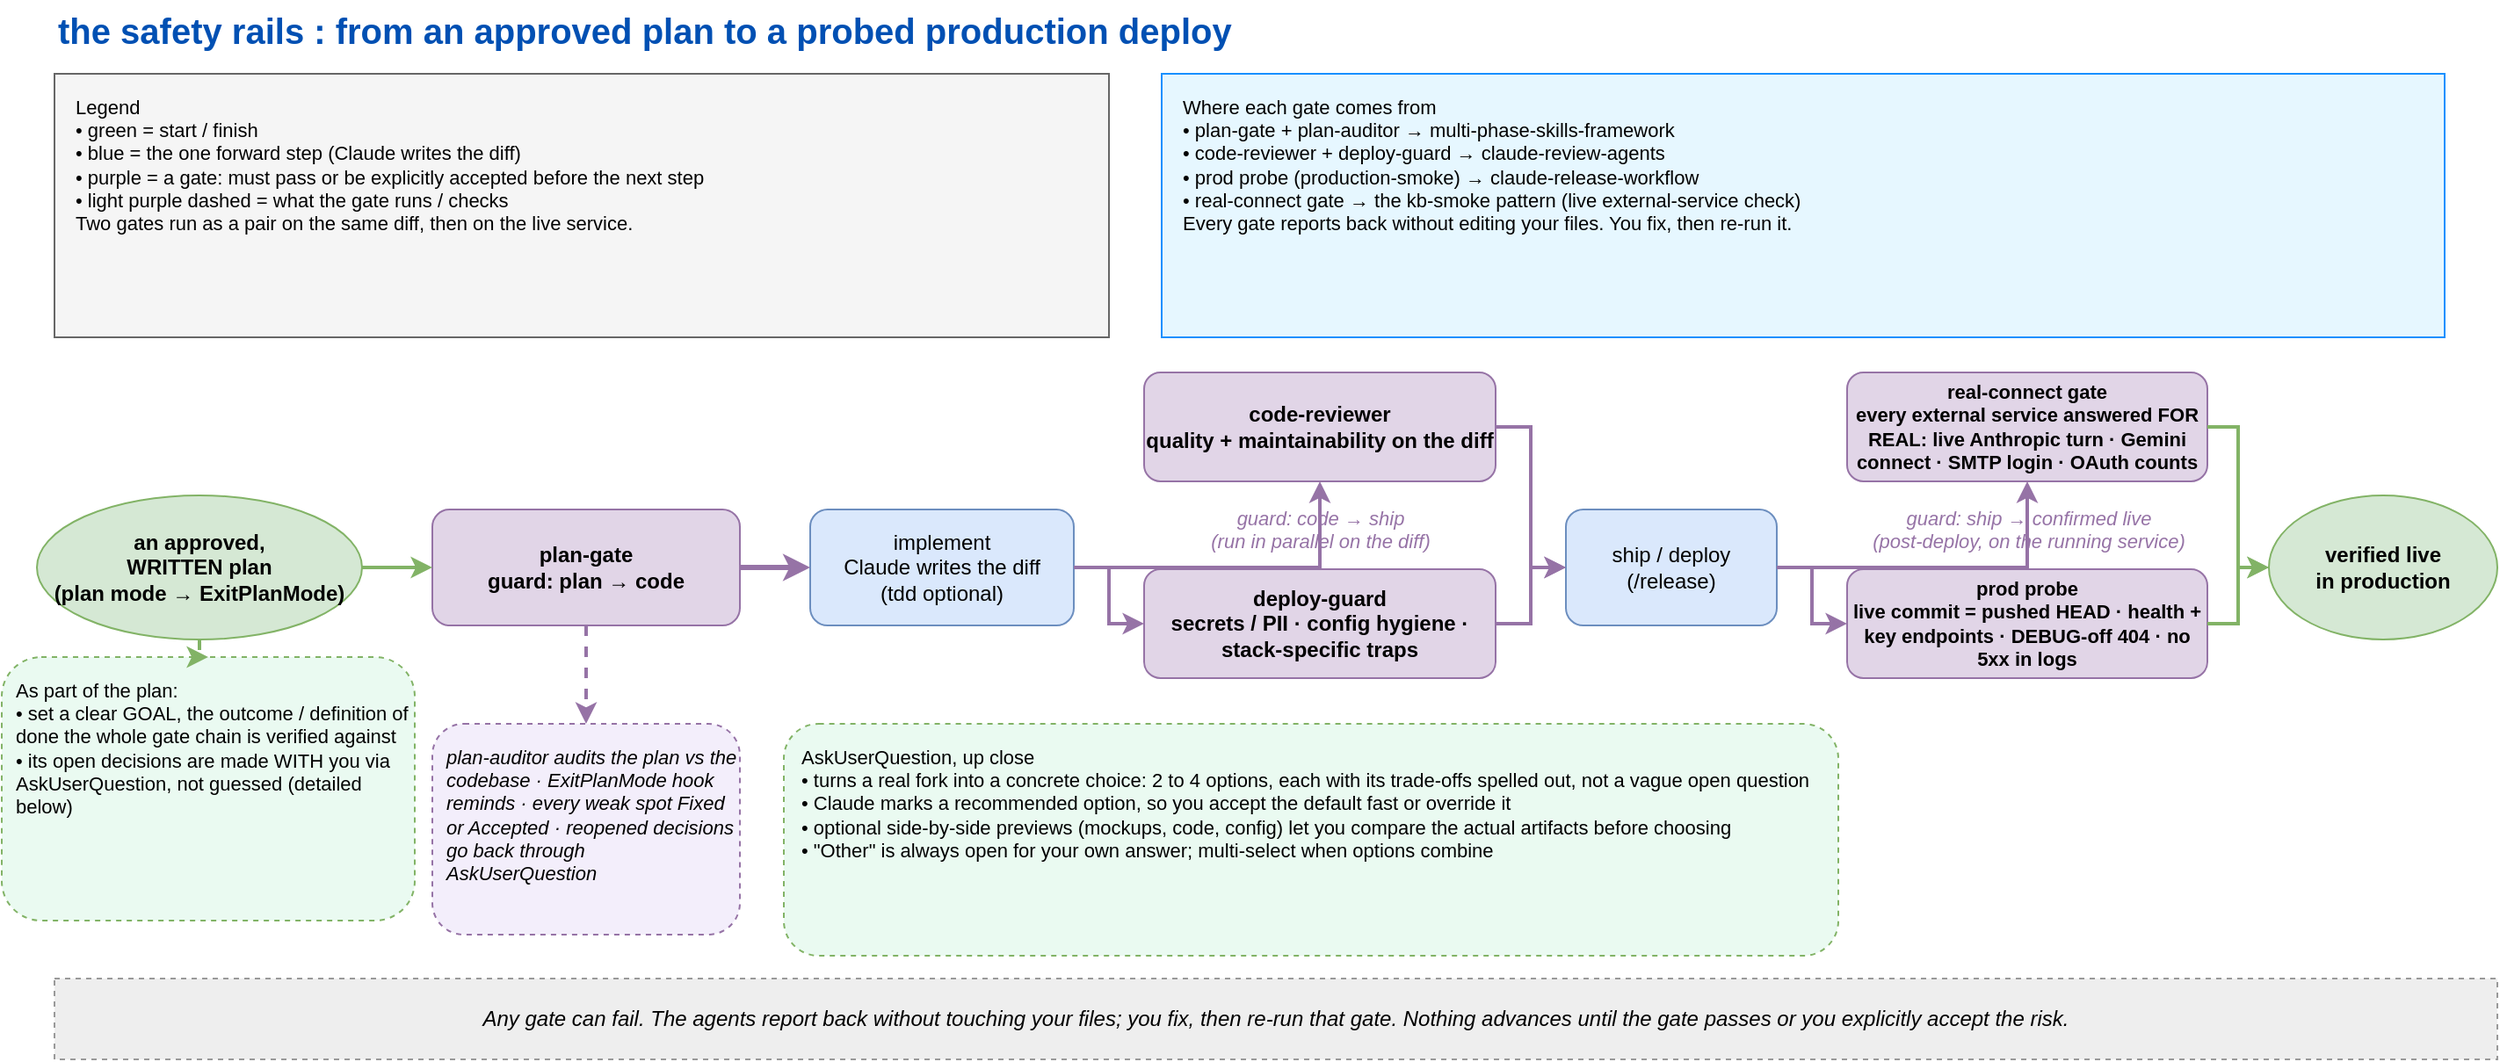
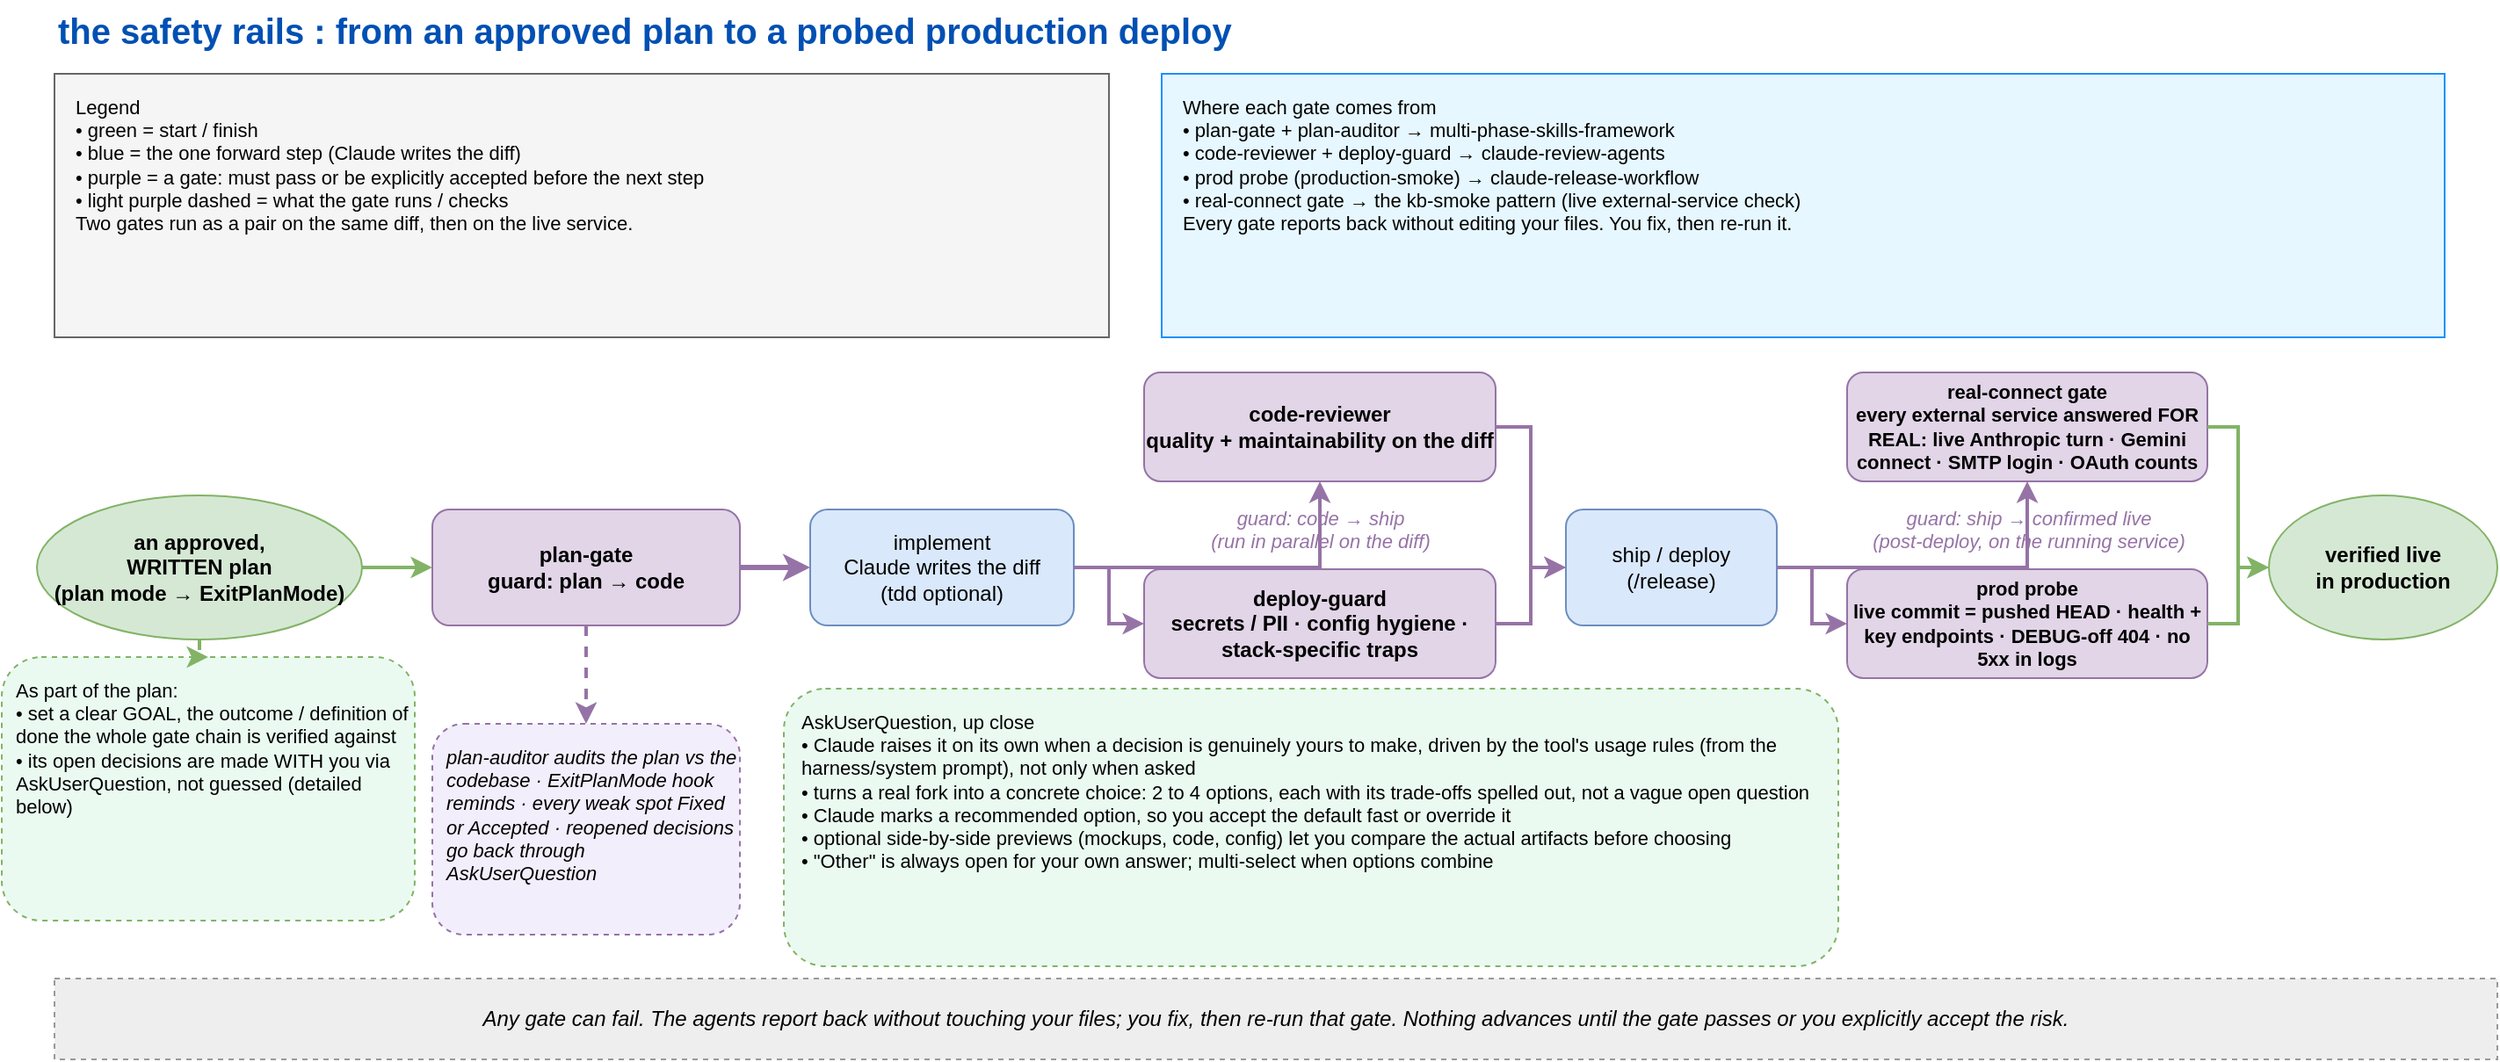
<mxfile host="app.diagrams.net" type="device">
  <diagram name="safety-rails" id="safetyrails">
    <mxGraphModel dx="1400" dy="800" grid="0" gridSize="10" guides="1" tooltips="1" connect="1" arrows="1" fold="1" page="1" pageScale="1" pageWidth="1440" pageHeight="640" math="0" shadow="0">
      <root>
        <mxCell id="0"/>
        <mxCell id="1" parent="0"/>

        <mxCell id="title" value="the safety rails : from an approved plan to a probed production deploy" style="text;html=1;fontSize=20;fontStyle=1;fontColor=#0050b3;align=left;verticalAlign=middle;fontFamily=Helvetica;" vertex="1" parent="1"><mxGeometry x="40" y="18" width="1360" height="34" as="geometry"/></mxCell>

        <mxCell id="legend" value="Legend&#10;• green = start / finish&#10;• blue = the one forward step (Claude writes the diff)&#10;• purple = a gate: must pass or be explicitly accepted before the next step&#10;• light purple dashed = what the gate runs / checks&#10;Two gates run as a pair on the same diff, then on the live service." style="rounded=0;fillColor=#f5f5f5;strokeColor=#666666;fontStyle=0;verticalAlign=top;align=left;spacingLeft=10;spacingTop=6;whiteSpace=wrap;html=1;fontFamily=Helvetica;fontSize=11;" vertex="1" parent="1"><mxGeometry x="40" y="60" width="600" height="150" as="geometry"/></mxCell>

        <mxCell id="prov" value="Where each gate comes from&#10;• plan-gate + plan-auditor  →  multi-phase-skills-framework&#10;• code-reviewer + deploy-guard  →  claude-review-agents&#10;• prod probe (production-smoke)  →  claude-release-workflow&#10;• real-connect gate  →  the kb-smoke pattern (live external-service check)&#10;Every gate reports back without editing your files. You fix, then re-run it." style="rounded=0;fillColor=#e6f7ff;strokeColor=#1890ff;fontStyle=0;verticalAlign=top;align=left;spacingLeft=10;spacingTop=6;whiteSpace=wrap;html=1;fontFamily=Helvetica;fontSize=11;" vertex="1" parent="1"><mxGeometry x="670" y="60" width="730" height="150" as="geometry"/></mxCell>

        <!-- START: the written plan -->
        <mxCell id="start" value="an approved,&#10;WRITTEN plan&#10;(plan mode → ExitPlanMode)" style="ellipse;fillColor=#d5e8d4;strokeColor=#82b366;html=1;whiteSpace=wrap;fontStyle=1;fontFamily=Helvetica;fontSize=12;" vertex="1" parent="1"><mxGeometry x="30" y="300" width="185" height="82" as="geometry"/></mxCell>
        <mxCell id="auq" value="As part of the plan:&#10;• set a clear GOAL, the outcome / definition of done the whole gate chain is verified against&#10;• its open decisions are made WITH you via AskUserQuestion, not guessed (detailed below)" style="rounded=1;fillColor=#eafaf1;strokeColor=#82b366;html=1;whiteSpace=wrap;fontStyle=0;dashed=1;fontFamily=Helvetica;fontSize=11;verticalAlign=top;spacingTop=6;spacingLeft=6;align=left;" vertex="1" parent="1"><mxGeometry x="10" y="392" width="235" height="150" as="geometry"/></mxCell>

        <!-- AskUserQuestion spotlight -->
-         <mxCell id="auqspot" value="AskUserQuestion, up close&#10;• turns a real fork into a concrete choice: 2 to 4 options, each with its trade-offs spelled out, not a vague open question&#10;• Claude marks a recommended option, so you accept the default fast or override it&#10;• optional side-by-side previews (mockups, code, config) let you compare the actual artifacts before choosing&#10;• &quot;Other&quot; is always open for your own answer; multi-select when options combine" style="rounded=1;fillColor=#eafaf1;strokeColor=#82b366;html=1;whiteSpace=wrap;fontStyle=0;dashed=1;fontFamily=Helvetica;fontSize=11;verticalAlign=top;spacingTop=6;spacingLeft=8;align=left;" vertex="1" parent="1"><mxGeometry x="455" y="430" width="600" height="132" as="geometry"/></mxCell>
+         <mxCell id="auqspot" value="AskUserQuestion, up close&#10;• Claude raises it on its own when a decision is genuinely yours to make, driven by the tool's usage rules (from the harness/system prompt), not only when asked&#10;• turns a real fork into a concrete choice: 2 to 4 options, each with its trade-offs spelled out, not a vague open question&#10;• Claude marks a recommended option, so you accept the default fast or override it&#10;• optional side-by-side previews (mockups, code, config) let you compare the actual artifacts before choosing&#10;• &quot;Other&quot; is always open for your own answer; multi-select when options combine" style="rounded=1;fillColor=#eafaf1;strokeColor=#82b366;html=1;whiteSpace=wrap;fontStyle=0;dashed=1;fontFamily=Helvetica;fontSize=11;verticalAlign=top;spacingTop=6;spacingLeft=8;align=left;" vertex="1" parent="1"><mxGeometry x="455" y="410" width="600" height="158" as="geometry"/></mxCell>

        <!-- GATE 1: plan-gate -->
        <mxCell id="pg" value="plan-gate&#10;guard: plan → code" style="rounded=1;fillColor=#e1d5e7;strokeColor=#9673a6;html=1;whiteSpace=wrap;fontStyle=1;fontFamily=Helvetica;fontSize=12;" vertex="1" parent="1"><mxGeometry x="255" y="308" width="175" height="66" as="geometry"/></mxCell>
        <mxCell id="pgn" value="plan-auditor audits the plan vs the codebase · ExitPlanMode hook reminds · every weak spot Fixed or Accepted · reopened decisions go back through AskUserQuestion" style="rounded=1;fillColor=#f3eefb;strokeColor=#9673a6;html=1;whiteSpace=wrap;fontStyle=2;dashed=1;fontFamily=Helvetica;fontSize=11;verticalAlign=top;spacingTop=6;spacingLeft=6;align=left;" vertex="1" parent="1"><mxGeometry x="255" y="430" width="175" height="120" as="geometry"/></mxCell>

        <!-- IMPLEMENT -->
        <mxCell id="impl" value="implement&#10;Claude writes the diff&#10;(tdd optional)" style="rounded=1;fillColor=#dae8fc;strokeColor=#6c8ebf;html=1;whiteSpace=wrap;fontFamily=Helvetica;fontSize=12;" vertex="1" parent="1"><mxGeometry x="470" y="308" width="150" height="66" as="geometry"/></mxCell>

        <!-- GATE 2 pair: code-reviewer + deploy-guard -->
        <mxCell id="cr" value="code-reviewer&#10;quality + maintainability on the diff" style="rounded=1;fillColor=#e1d5e7;strokeColor=#9673a6;html=1;whiteSpace=wrap;fontStyle=1;fontFamily=Helvetica;fontSize=12;" vertex="1" parent="1"><mxGeometry x="660" y="230" width="200" height="62" as="geometry"/></mxCell>
        <mxCell id="dg" value="deploy-guard&#10;secrets / PII · config hygiene · stack-specific traps" style="rounded=1;fillColor=#e1d5e7;strokeColor=#9673a6;html=1;whiteSpace=wrap;fontStyle=1;fontFamily=Helvetica;fontSize=12;" vertex="1" parent="1"><mxGeometry x="660" y="342" width="200" height="62" as="geometry"/></mxCell>
        <mxCell id="pairlbl1" value="guard: code → ship&#10;(run in parallel on the diff)" style="text;html=1;fontSize=11;fontStyle=2;fontColor=#9673a6;align=center;fontFamily=Helvetica;" vertex="1" parent="1"><mxGeometry x="660" y="300" width="200" height="34" as="geometry"/></mxCell>

        <!-- SHIP -->
        <mxCell id="ship" value="ship / deploy&#10;(/release)" style="rounded=1;fillColor=#dae8fc;strokeColor=#6c8ebf;html=1;whiteSpace=wrap;fontFamily=Helvetica;fontSize=12;" vertex="1" parent="1"><mxGeometry x="900" y="308" width="120" height="66" as="geometry"/></mxCell>

        <!-- GATE 3 pair: real-connect + prod probe -->
        <mxCell id="rc" value="real-connect gate&#10;every external service answered FOR REAL: live Anthropic turn · Gemini connect · SMTP login · OAuth counts" style="rounded=1;fillColor=#e1d5e7;strokeColor=#9673a6;html=1;whiteSpace=wrap;fontStyle=1;fontFamily=Helvetica;fontSize=11;" vertex="1" parent="1"><mxGeometry x="1060" y="230" width="205" height="62" as="geometry"/></mxCell>
        <mxCell id="pp" value="prod probe&#10;live commit = pushed HEAD · health + key endpoints · DEBUG-off 404 · no 5xx in logs" style="rounded=1;fillColor=#e1d5e7;strokeColor=#9673a6;html=1;whiteSpace=wrap;fontStyle=1;fontFamily=Helvetica;fontSize=11;" vertex="1" parent="1"><mxGeometry x="1060" y="342" width="205" height="62" as="geometry"/></mxCell>
        <mxCell id="pairlbl2" value="guard: ship → confirmed live&#10;(post-deploy, on the running service)" style="text;html=1;fontSize=11;fontStyle=2;fontColor=#9673a6;align=center;fontFamily=Helvetica;" vertex="1" parent="1"><mxGeometry x="1060" y="300" width="205" height="34" as="geometry"/></mxCell>

        <!-- FINISH -->
        <mxCell id="finish" value="verified live&#10;in production" style="ellipse;fillColor=#d5e8d4;strokeColor=#82b366;html=1;whiteSpace=wrap;fontStyle=1;fontFamily=Helvetica;fontSize=12;" vertex="1" parent="1"><mxGeometry x="1300" y="300" width="130" height="82" as="geometry"/></mxCell>

        <!-- return band -->
        <mxCell id="band" value="Any gate can fail. The agents report back without touching your files; you fix, then re-run that gate. Nothing advances until the gate passes or you explicitly accept the risk." style="rounded=0;fillColor=#eeeeee;strokeColor=#999999;html=1;whiteSpace=wrap;fontStyle=2;dashed=1;verticalAlign=middle;align=center;fontFamily=Helvetica;fontSize=12;" vertex="1" parent="1"><mxGeometry x="40" y="575" width="1390" height="46" as="geometry"/></mxCell>

        <!-- edges: spine -->
        <mxCell id="e1" style="edgeStyle=orthogonalEdgeStyle;rounded=0;endArrow=classic;strokeColor=#82b366;strokeWidth=2;html=1;" edge="1" parent="1" source="start" target="pg"><mxGeometry relative="1" as="geometry"/></mxCell>
        <mxCell id="e2" style="edgeStyle=orthogonalEdgeStyle;rounded=0;endArrow=classic;strokeColor=#9673a6;strokeWidth=3;html=1;" edge="1" parent="1" source="pg" target="impl"><mxGeometry relative="1" as="geometry"/></mxCell>
        <mxCell id="e3a" style="edgeStyle=orthogonalEdgeStyle;rounded=0;endArrow=classic;strokeColor=#9673a6;strokeWidth=2;html=1;exitX=1;exitY=0.5;exitDx=0;exitDy=0;" edge="1" parent="1" source="impl" target="cr"><mxGeometry relative="1" as="geometry"/></mxCell>
        <mxCell id="e3b" style="edgeStyle=orthogonalEdgeStyle;rounded=0;endArrow=classic;strokeColor=#9673a6;strokeWidth=2;html=1;exitX=1;exitY=0.5;exitDx=0;exitDy=0;" edge="1" parent="1" source="impl" target="dg"><mxGeometry relative="1" as="geometry"/></mxCell>
        <mxCell id="e4a" style="edgeStyle=orthogonalEdgeStyle;rounded=0;endArrow=classic;strokeColor=#9673a6;strokeWidth=2;html=1;entryX=0;entryY=0.5;entryDx=0;entryDy=0;" edge="1" parent="1" source="cr" target="ship"><mxGeometry relative="1" as="geometry"/></mxCell>
        <mxCell id="e4b" style="edgeStyle=orthogonalEdgeStyle;rounded=0;endArrow=classic;strokeColor=#9673a6;strokeWidth=2;html=1;entryX=0;entryY=0.5;entryDx=0;entryDy=0;" edge="1" parent="1" source="dg" target="ship"><mxGeometry relative="1" as="geometry"/></mxCell>
        <mxCell id="e5a" style="edgeStyle=orthogonalEdgeStyle;rounded=0;endArrow=classic;strokeColor=#9673a6;strokeWidth=2;html=1;exitX=1;exitY=0.5;exitDx=0;exitDy=0;" edge="1" parent="1" source="ship" target="rc"><mxGeometry relative="1" as="geometry"/></mxCell>
        <mxCell id="e5b" style="edgeStyle=orthogonalEdgeStyle;rounded=0;endArrow=classic;strokeColor=#9673a6;strokeWidth=2;html=1;exitX=1;exitY=0.5;exitDx=0;exitDy=0;" edge="1" parent="1" source="ship" target="pp"><mxGeometry relative="1" as="geometry"/></mxCell>
        <mxCell id="e6a" style="edgeStyle=orthogonalEdgeStyle;rounded=0;endArrow=classic;strokeColor=#82b366;strokeWidth=2;html=1;entryX=0;entryY=0.5;entryDx=0;entryDy=0;" edge="1" parent="1" source="rc" target="finish"><mxGeometry relative="1" as="geometry"/></mxCell>
        <mxCell id="e6b" style="edgeStyle=orthogonalEdgeStyle;rounded=0;endArrow=classic;strokeColor=#82b366;strokeWidth=2;html=1;entryX=0;entryY=0.5;entryDx=0;entryDy=0;" edge="1" parent="1" source="pp" target="finish"><mxGeometry relative="1" as="geometry"/></mxCell>

        <!-- edges: notes -->
        <mxCell id="n1" style="edgeStyle=orthogonalEdgeStyle;rounded=0;endArrow=classic;strokeColor=#82b366;strokeWidth=2;dashed=1;html=1;" edge="1" parent="1" source="start" target="auq"><mxGeometry relative="1" as="geometry"/></mxCell>
        <mxCell id="n2" style="edgeStyle=orthogonalEdgeStyle;rounded=0;endArrow=classic;strokeColor=#9673a6;strokeWidth=2;dashed=1;html=1;" edge="1" parent="1" source="pg" target="pgn"><mxGeometry relative="1" as="geometry"/></mxCell>
      </root>
    </mxGraphModel>
  </diagram>
</mxfile>
